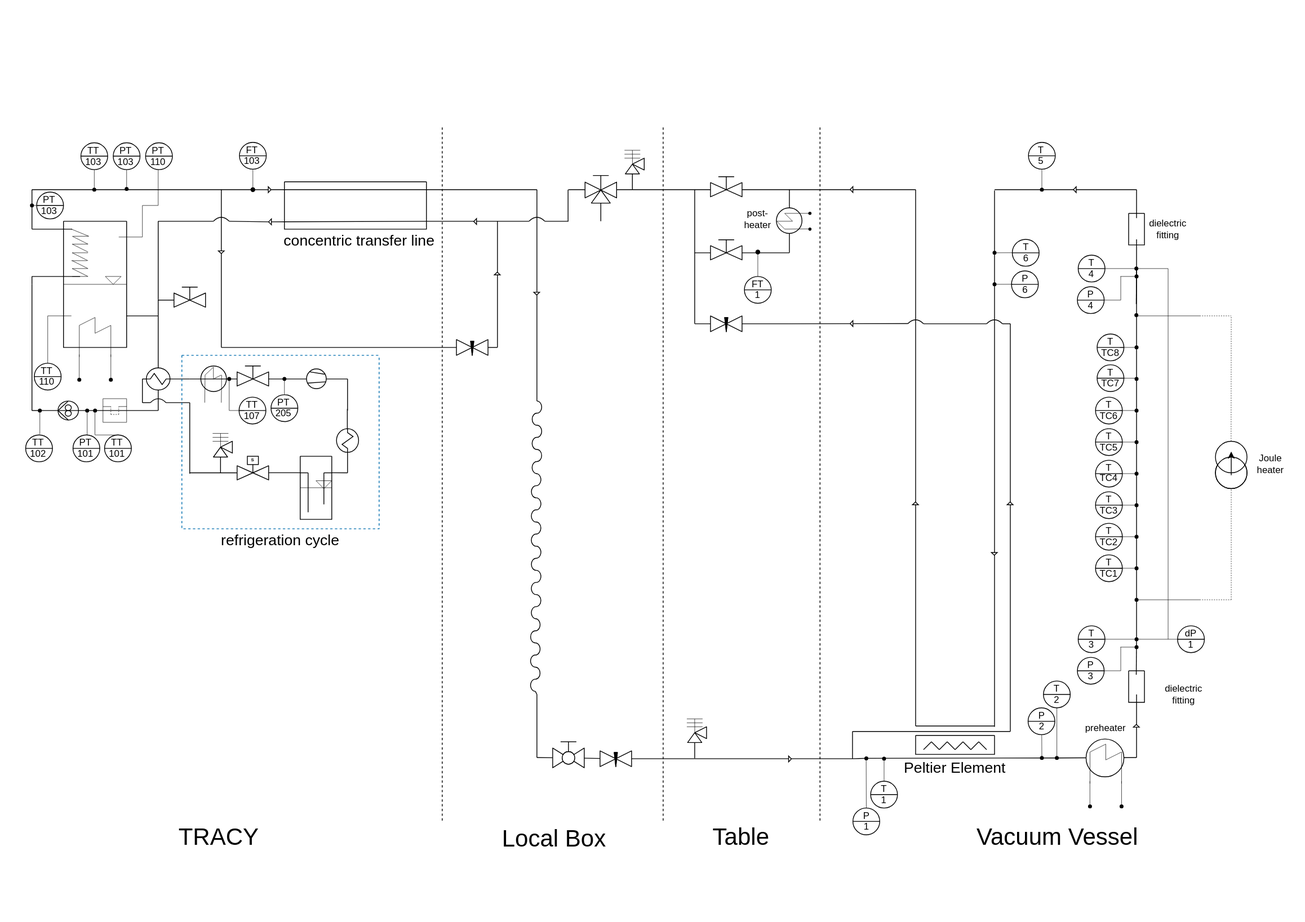
The draw.io diagram MIRA.drawio.svg in PK-4EDU/PID, before a commit. Source tidied: cells renumbered, new cells last; positions are measured from the earlier drawing's top-left corner, leaving out a move shared by most shapes.
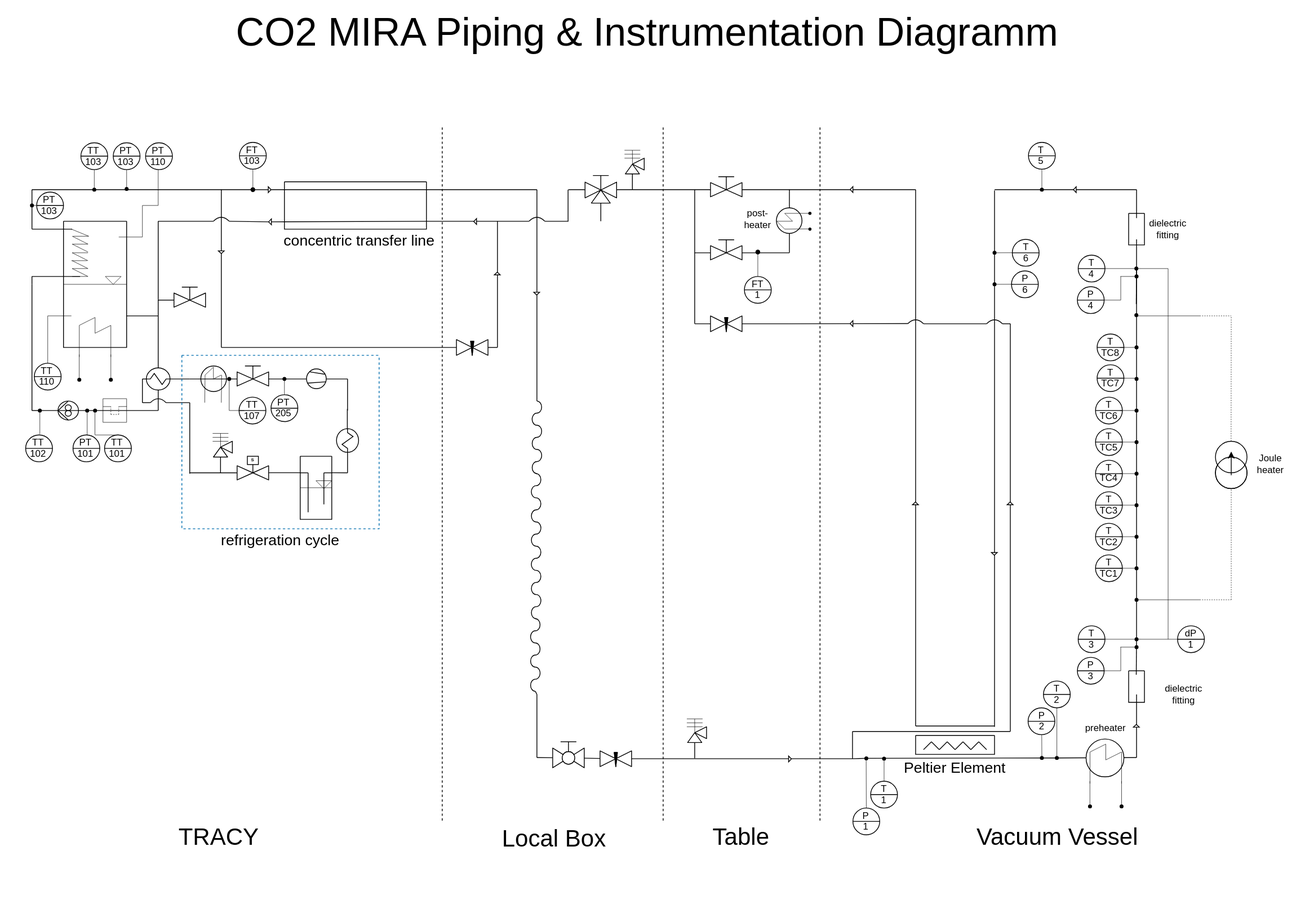
The same diagram one commit later.

Diff of the diagram source:
```diff
@@ -1892,5 +1892,8 @@
     <mxCell id="421" value="dielectric fitting" style="text;strokeColor=none;align=center;fillColor=none;html=1;verticalAlign=middle;whiteSpace=wrap;rounded=0;" parent="1" vertex="1">
       <mxGeometry x="1470" y="860" width="60" height="40" as="geometry" />
     </mxCell>
+    <mxCell id="422" value="&lt;font style=&quot;font-size: 50px;&quot;&gt;CO2 MIRA Piping &amp;amp; Instrumentation Diagramm&lt;/font&gt;" style="text;strokeColor=none;align=center;fillColor=none;html=1;verticalAlign=middle;whiteSpace=wrap;rounded=0;" parent="1" vertex="1">
+      <mxGeometry x="240" width="1160" height="80" as="geometry" />
+    </mxCell>
   </root>
 </mxGraphModel>
```
